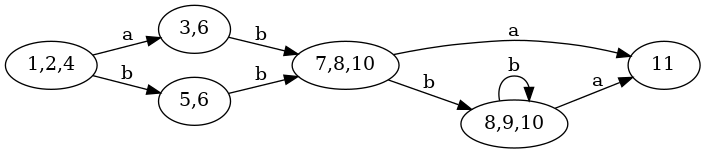
NMSU-CS-Cook/CS370-SP2025 keeps this Graphviz diagram as regular/e5dfa.png. Above is the earlier version. Its source is kept beside it as regular/e5dfa.dot.
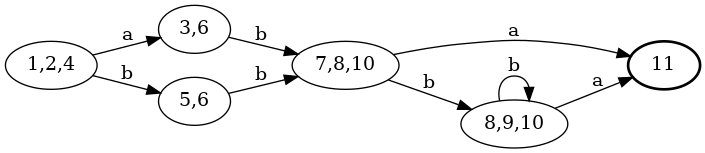
Later version of the same file.

Diff of the diagram source:
```diff
@@ -8,4 +8,5 @@
   "7,8,10" -> "8,9,10" [label="b"];
   "8,9,10" -> "11" [label="a"];
   "8,9,10" -> "8,9,10" [label="b"];
+  "11" [style="bold"]; // final state
 }
```
